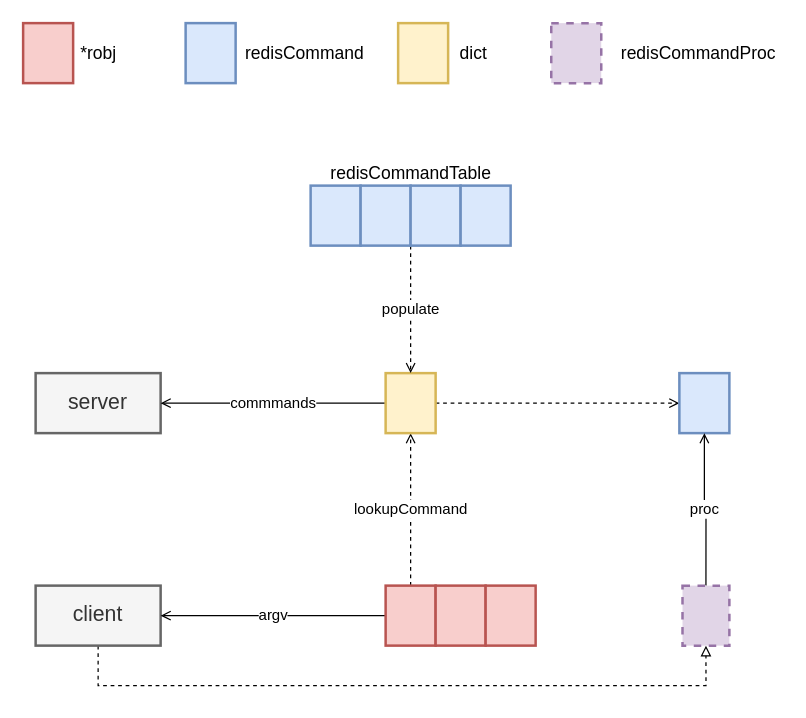
Earlier version of the draw.io diagram page "processCommand" (6 of 8) of redis/redis-server.drawio (dovics/draw.io). Source tidied: cells renumbered, new cells numbered last; positions are measured from the earlier drawing's top-left corner, leaving out a move shared by most shapes. Both pictures are drawn from the tidied source at 125%, with x=0, y=0 at pixel (22, 22).
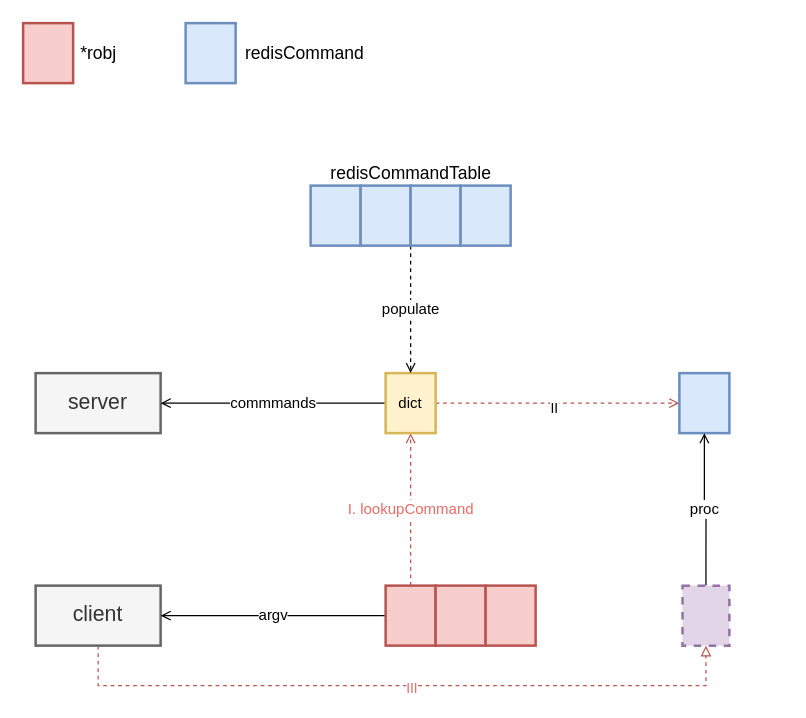
The same page after the edit.

The change refers to these unchanged cells:
```xml
<mxCell id="4" value="client" style="rounded=0;whiteSpace=wrap;html=1;strokeWidth=2;fontSize=17;fillColor=#f5f5f5;strokeColor=#666666;fontColor=#333333;" parent="1" vertex="1">
  <mxGeometry x="10" y="450" width="100" height="48" as="geometry" />
</mxCell>
<mxCell id="7" style="rounded=0;whiteSpace=wrap;html=1;strokeWidth=2;fontSize=17;fillColor=#f8cecc;strokeColor=#b85450;" parent="1" vertex="1">
  <mxGeometry x="290" y="450" width="40" height="48" as="geometry" />
</mxCell>
<mxCell id="13" style="rounded=0;whiteSpace=wrap;html=1;strokeWidth=2;fontSize=17;fillColor=#dae8fc;strokeColor=#6c8ebf;" parent="1" vertex="1">
  <mxGeometry x="525" y="280" width="40" height="48" as="geometry" />
</mxCell>
<mxCell id="15" style="rounded=0;whiteSpace=wrap;html=1;strokeWidth=2;fontSize=17;dashed=1;fillColor=#e1d5e7;strokeColor=#9673a6;" parent="1" vertex="1">
  <mxGeometry x="527.5" y="450" width="37.5" height="48" as="geometry" />
</mxCell>
```

The edit, as a diff of the source:
```diff
@@
-    <mxCell id="3" style="edgeStyle=orthogonalEdgeStyle;rounded=0;jettySize=auto;html=1;exitX=0.5;exitY=1;exitDx=0;exitDy=0;entryX=0.5;entryY=1;entryDx=0;entryDy=0;fontSize=14;endArrow=block;endFill=0;dashed=1;" parent="1" edge="1" source="4" target="15">
+    <mxCell id="3" style="edgeStyle=orthogonalEdgeStyle;rounded=0;jettySize=auto;html=1;exitX=0.5;exitY=1;exitDx=0;exitDy=0;entryX=0.5;entryY=1;entryDx=0;entryDy=0;fontSize=14;endArrow=block;endFill=0;dashed=1;fillColor=#f8cecc;strokeColor=#b85450;fontColor=#EA6B66;" parent="1" edge="1" source="4" target="15">
       <mxGeometry relative="1" as="geometry">
         <Array as="points">
           <mxPoint x="60" y="530" />
           <mxPoint x="546" y="530" />
         </Array>
       </mxGeometry>
     </mxCell>
+    <mxCell id="30" value="III" style="edgeLabel;html=1;align=center;verticalAlign=middle;fontColor=#EA6B66;" parent="3" vertex="1">
+      <mxGeometry x="0.47" y="-1" relative="1" as="geometry">
+        <mxPoint x="-122" as="offset" />
+      </mxGeometry>
+    </mxCell>
@@
-    <mxCell id="5" value="lookupCommand" style="edgeStyle=orthogonalEdgeStyle;rounded=0;jettySize=auto;html=1;exitX=0.5;exitY=0;exitDx=0;exitDy=0;endArrow=open;endFill=0;entryX=0.5;entryY=1;entryDx=0;entryDy=0;fontSize=12;dashed=1;" parent="1" edge="1" source="7" target="12">
+    <mxCell id="5" value="I. lookupCommand" style="edgeStyle=orthogonalEdgeStyle;rounded=0;jettySize=auto;html=1;exitX=0.5;exitY=0;exitDx=0;exitDy=0;endArrow=open;endFill=0;entryX=0.5;entryY=1;entryDx=0;entryDy=0;fontSize=12;dashed=1;fillColor=#f8cecc;strokeColor=#b85450;fontColor=#EA6B66;" parent="1" edge="1" source="7" target="12">
       <mxGeometry relative="1" as="geometry" />
     </mxCell>
@@
-    <mxCell id="11" style="edgeStyle=orthogonalEdgeStyle;rounded=0;jettySize=auto;html=1;exitX=1;exitY=0.5;exitDx=0;exitDy=0;fontSize=12;endArrow=open;endFill=0;dashed=1;" parent="1" edge="1" source="12" target="13">
+    <mxCell id="11" style="edgeStyle=orthogonalEdgeStyle;rounded=0;jettySize=auto;html=1;exitX=1;exitY=0.5;exitDx=0;exitDy=0;fontSize=12;endArrow=open;endFill=0;dashed=1;fillColor=#f8cecc;strokeColor=#b85450;fontColor=#EA6B66;" parent="1" edge="1" source="12" target="13">
       <mxGeometry relative="1" as="geometry" />
     </mxCell>
+    <mxCell id="31" value="II" style="edgeLabel;html=1;align=center;verticalAlign=middle;" parent="11" vertex="1">
+      <mxGeometry x="-0.04" y="-3" relative="1" as="geometry" />
+    </mxCell>
-    <mxCell id="12" style="rounded=0;whiteSpace=wrap;html=1;strokeWidth=2;fontSize=17;fillColor=#fff2cc;strokeColor=#d6b656;" parent="1" vertex="1">
+    <mxCell id="12" value="dict" style="rounded=0;whiteSpace=wrap;html=1;strokeWidth=2;fontSize=12;fillColor=#fff2cc;strokeColor=#d6b656;" parent="1" vertex="1">
       <mxGeometry x="290" y="280" width="40" height="48" as="geometry" />
     </mxCell>
@@
-    <mxCell id="20" style="rounded=0;whiteSpace=wrap;html=1;strokeWidth=2;fontSize=17;fillColor=#fff2cc;strokeColor=#d6b656;" parent="1" vertex="1">
-      <mxGeometry x="300" width="40" height="48" as="geometry" />
-    </mxCell>
-    <mxCell id="21" value="dict" style="text;html=1;align=center;verticalAlign=middle;strokeColor=none;fontSize=14;" parent="1" vertex="1">
-      <mxGeometry x="340" y="14" width="40" height="20" as="geometry" />
-    </mxCell>
@@
-    <mxCell id="28" style="rounded=0;whiteSpace=wrap;html=1;strokeWidth=2;fontSize=17;dashed=1;fillColor=#e1d5e7;strokeColor=#9673a6;" parent="1" vertex="1">
-      <mxGeometry x="422.5" width="40" height="48" as="geometry" />
-    </mxCell>
-    <mxCell id="29" value="&lt;span style=&quot;font-size: 14px;&quot;&gt;redisCommandProc&lt;/span&gt;" style="text;html=1;align=center;verticalAlign=middle;strokeColor=none;fontSize=14;" parent="1" vertex="1">
-      <mxGeometry x="470" y="14" width="140" height="20" as="geometry" />
-    </mxCell>
```
